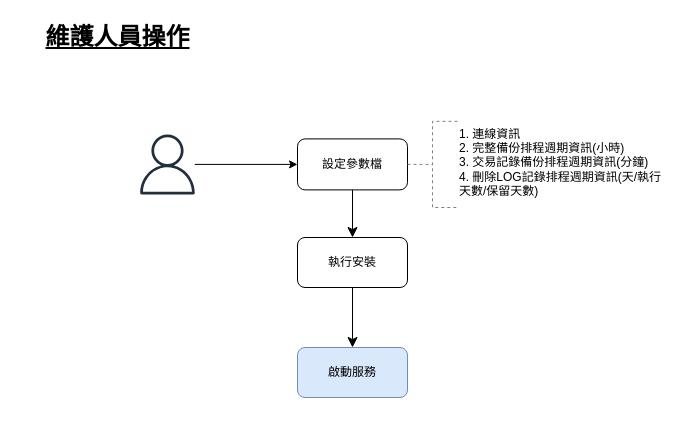
Above: page "第1頁" (1 of 5) of asus/ASUSMaintainTool/DBBackup/SA/diagram/DB_backup.drawio in ArcareRD/sadocs (draw.io), before the change. Source tidied: cells renumbered, new cells numbered last; positions are measured from the earlier drawing's top-left corner, leaving out a move shared by most shapes. Both pictures are drawn from the tidied source at 100%, with x=0, y=0 at pixel (17, 17).
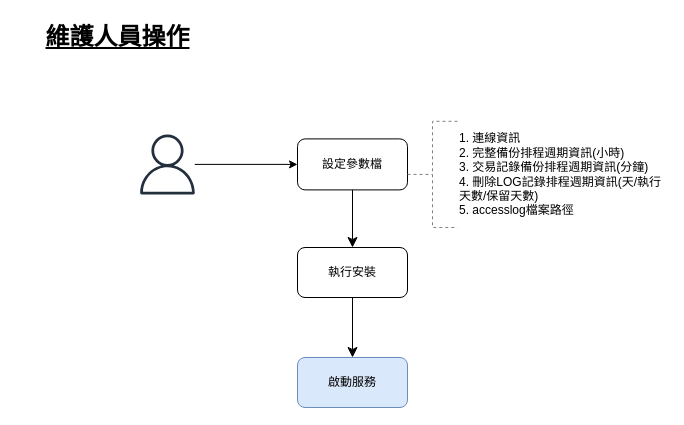
The same diagram, later.

The edit, as a diff of the source:
```diff
@@
 <mxGraphModel>
   <root>
     <mxCell id="0" />
     <mxCell id="1" parent="0" />
     <mxCell id="2" style="sketch=0;outlineConnect=0;fontColor=#232F3E;gradientColor=none;fillColor=#232F3D;strokeColor=none;dashed=0;verticalLabelPosition=bottom;verticalAlign=top;align=center;html=1;fontSize=12;fontStyle=0;shape=mxgraph.aws4.user;" parent="1" vertex="1">
       <mxGeometry x="120" y="116.9" width="60" height="60" as="geometry" />
     </mxCell>
     <mxCell id="3" value="維護人員操作" style="text;strokeColor=none;fillColor=none;html=1;fontSize=24;fontStyle=5;verticalAlign=middle;align=center;" parent="1" vertex="1">
       <mxGeometry width="200" height="40" as="geometry" />
     </mxCell>
     <mxCell id="4" value="設定參數檔" style="rounded=1;whiteSpace=wrap;html=1;" parent="1" vertex="1">
       <mxGeometry x="280" y="121.4" width="110" height="51" as="geometry" />
     </mxCell>
     <mxCell id="5" style="strokeWidth=1;html=1;shape=mxgraph.flowchart.annotation_2;align=left;labelPosition=right;dashed=1;strokeColor=#808080;" parent="1" vertex="1">
-      <mxGeometry x="390" y="103.8" width="50" height="86.2" as="geometry" />
+      <mxGeometry x="390" y="103.8" width="50" height="106.2" as="geometry" />
     </mxCell>
-    <mxCell id="6" value="&lt;div&gt;1. 連線資訊&lt;/div&gt;&lt;div&gt;2. 完整備份排程週期資訊(小時)&lt;/div&gt;&lt;div&gt;3. 交易記錄備份排程週期資訊(分鐘)&lt;/div&gt;&lt;div style=&quot;&quot;&gt;4. 刪除LOG記錄排程週期資訊(天/執行天數/保留天數)&lt;/div&gt;" style="text;html=1;strokeColor=none;fillColor=none;align=left;verticalAlign=middle;whiteSpace=wrap;rounded=0;dashed=1;strokeWidth=1;" parent="1" vertex="1">
-      <mxGeometry x="440" y="103.8" width="210" height="81.5" as="geometry" />
+    <mxCell id="6" value="&lt;div&gt;1. 連線資訊&lt;/div&gt;&lt;div&gt;2. 完整備份排程週期資訊(小時)&lt;/div&gt;&lt;div&gt;3. 交易記錄備份排程週期資訊(分鐘)&lt;/div&gt;&lt;div style=&quot;&quot;&gt;4. 刪除LOG記錄排程週期資訊(天/執行天數/保留天數)&lt;/div&gt;&lt;div style=&quot;&quot;&gt;5. accesslog檔案路徑&lt;/div&gt;" style="text;html=1;strokeColor=none;fillColor=none;align=left;verticalAlign=middle;whiteSpace=wrap;rounded=0;dashed=1;strokeWidth=1;" parent="1" vertex="1">
+      <mxGeometry x="440" y="103.8" width="210" height="106.2" as="geometry" />
     </mxCell>
     <mxCell id="7" value="執行安裝" style="rounded=1;whiteSpace=wrap;html=1;strokeColor=#000000;strokeWidth=1;" parent="1" vertex="1">
-      <mxGeometry x="280" y="220" width="110" height="50" as="geometry" />
+      <mxGeometry x="280" y="230" width="110" height="50" as="geometry" />
     </mxCell>
     <mxCell id="8" value="啟動服務" style="rounded=1;whiteSpace=wrap;html=1;strokeColor=#6c8ebf;strokeWidth=1;fillColor=#dae8fc;" parent="1" vertex="1">
-      <mxGeometry x="280" y="330" width="110" height="50" as="geometry" />
+      <mxGeometry x="280" y="340" width="110" height="50" as="geometry" />
     </mxCell>
     <mxCell id="9" style="edgeStyle=segmentEdgeStyle;endArrow=classic;html=1;curved=0;rounded=0;endSize=8;startSize=8;exitX=0.5;exitY=1;exitDx=0;exitDy=0;" parent="1" edge="1" source="4" target="7">
       <mxGeometry relative="1" as="geometry" />
     </mxCell>
     <mxCell id="10" style="edgeStyle=segmentEdgeStyle;endArrow=classic;html=1;curved=0;rounded=0;endSize=8;startSize=8;exitX=0.5;exitY=1;exitDx=0;exitDy=0;entryX=0.5;entryY=0;entryDx=0;entryDy=0;" parent="1" edge="1" source="7" target="8">
       <mxGeometry relative="1" as="geometry" />
     </mxCell>
     <mxCell id="11" style="endArrow=classic;html=1;rounded=0;fontSize=12;entryX=0;entryY=0.5;entryDx=0;entryDy=0;" parent="1" edge="1" source="2" target="4">
       <mxGeometry relative="1" as="geometry" />
     </mxCell>
   </root>
 </mxGraphModel>
```
